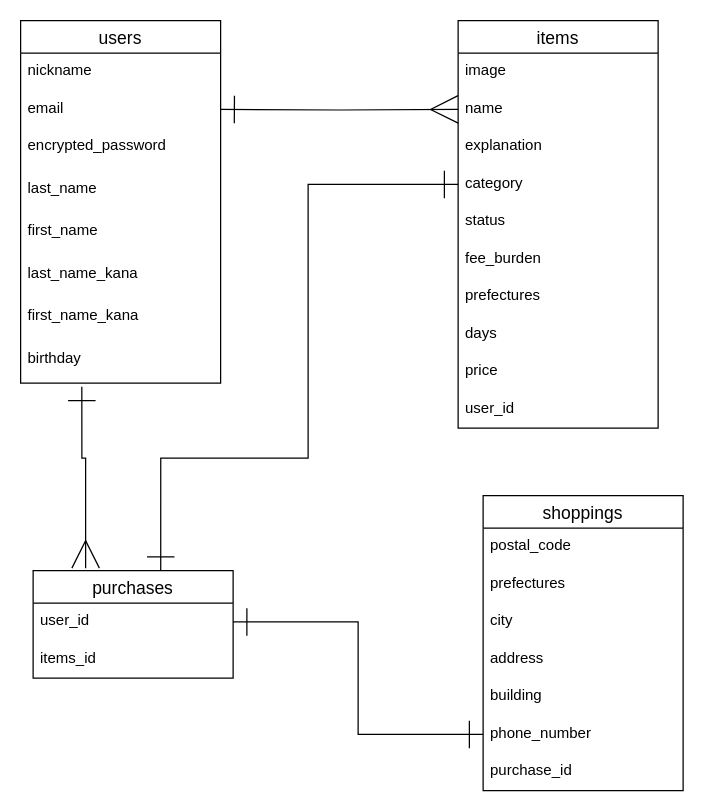
The draw.io diagram er.dio in Kinocas/furima-36567, before the edit. Source tidied: cells renumbered, new cells numbered last; positions are measured from the earlier drawing's top-left corner, leaving out a move shared by most shapes. Both pictures are drawn from the tidied source at 125%, with x=0, y=0 at pixel (20, 20).
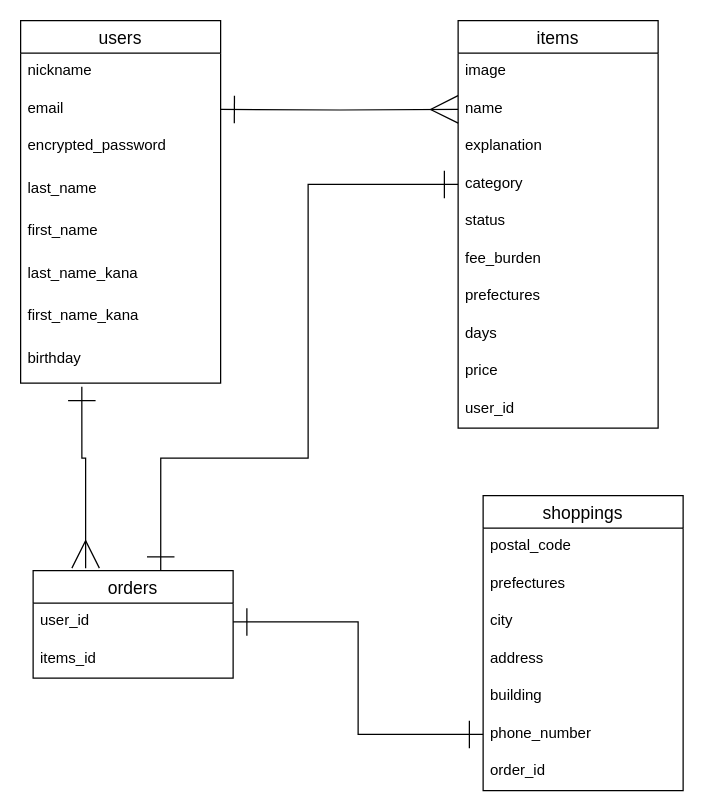
Above is the later version.

Unchanged cells that the change refers to:
```xml
<mxCell id="22" value="shoppings" style="swimlane;fontStyle=0;horizontal=1;startSize=26;align=center;fontSize=14;" parent="1" vertex="1">
  <mxGeometry x="370" y="380" width="160" height="236" as="geometry" />
</mxCell>
```

Change to the diagram source:
```diff
@@
-    <mxCell id="29" value="purchase_id" style="text;strokeColor=none;fillColor=none;spacingLeft=4;spacingRight=4;overflow=hidden;fontSize=12;" parent="22" vertex="1">
+    <mxCell id="29" value="order_id" style="text;strokeColor=none;fillColor=none;spacingLeft=4;spacingRight=4;overflow=hidden;fontSize=12;" parent="22" vertex="1">
       <mxGeometry y="206" width="160" height="30" as="geometry" />
     </mxCell>
-    <mxCell id="30" value="purchases" style="swimlane;fontStyle=0;horizontal=1;startSize=26;align=center;fontSize=14;" parent="1" vertex="1">
+    <mxCell id="30" value="orders" style="swimlane;fontStyle=0;horizontal=1;startSize=26;align=center;fontSize=14;" parent="1" vertex="1">
       <mxGeometry x="10" y="440" width="160" height="86" as="geometry" />
     </mxCell>
```
